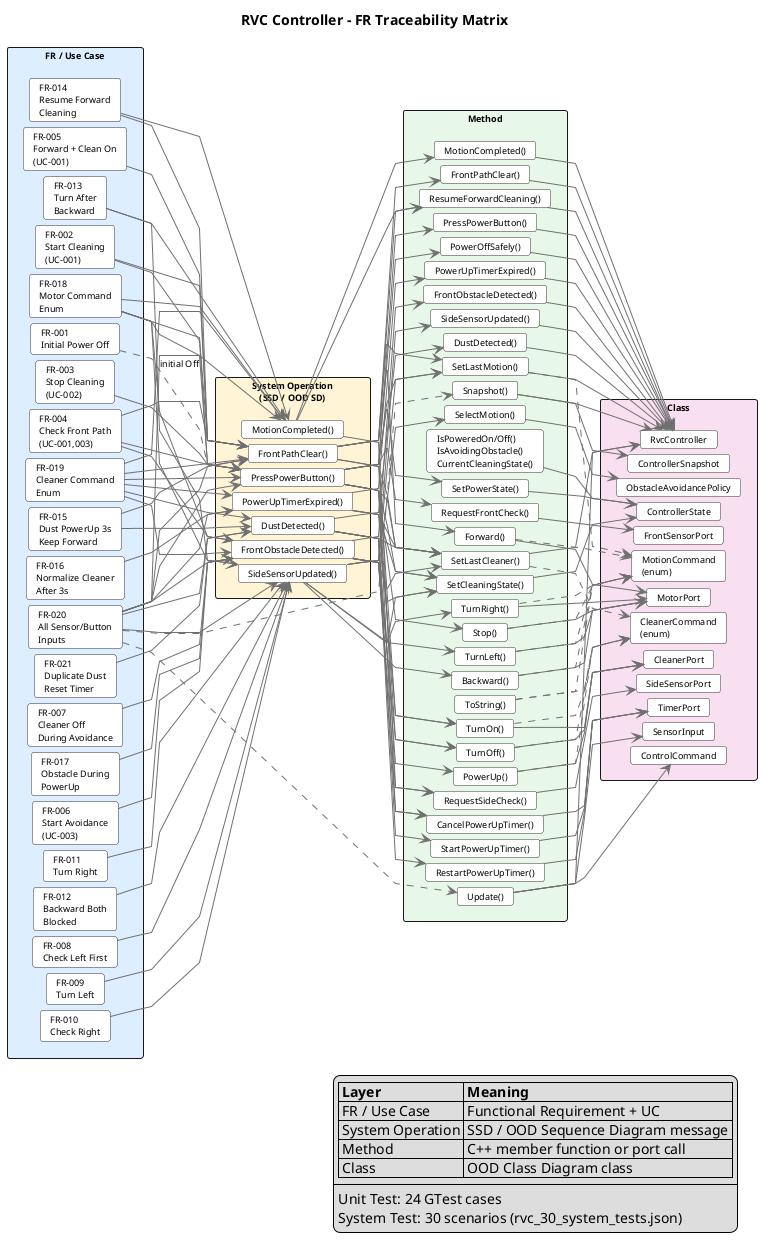
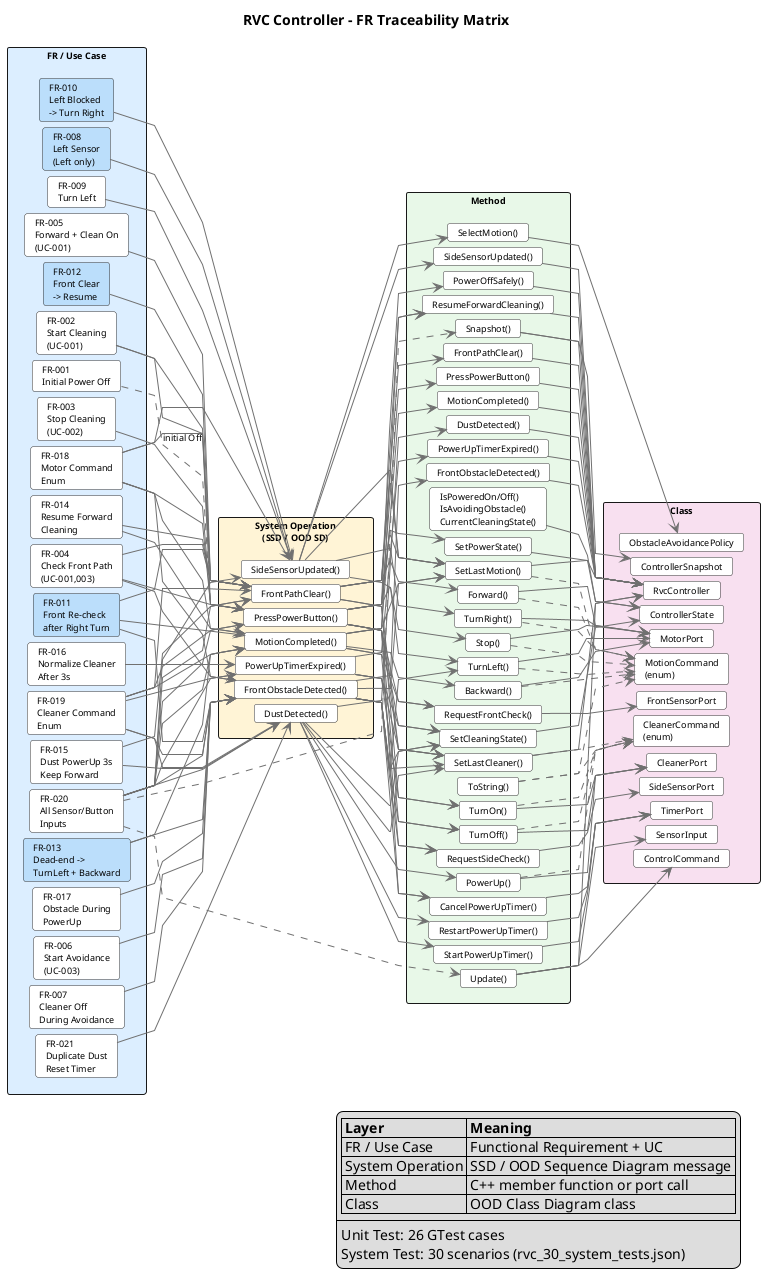
@startuml FR_Traceability_Matrix
' RVC Controller - FR Traceability Matrix
' Layout: FR/Use Case -> System Operation (SSD/OOD SD) -> Method -> Class
' Render: plantuml docs/reports/fr-traceability-matrix.puml

title RVC Controller - FR Traceability Matrix

skinparam shadowing false
skinparam linetype polyline
skinparam nodesep 6
skinparam ranksep 10
skinparam defaultFontSize 9
skinparam ArrowColor #707070
skinparam ArrowThickness 1
skinparam packageStyle rectangle
skinparam card {
  BackgroundColor white
  BorderColor #333333
  FontSize 9
}

left to right direction

' =============================================================================
' COLUMN 1 : FR / Essential Use Case
' =============================================================================
package "FR / Use Case" as COL_FR #DCEEFF {

  card "FR-001\nInitial Power Off" as FR001
  card "FR-002\nStart Cleaning\n(UC-001)" as FR002
  card "FR-003\nStop Cleaning\n(UC-002)" as FR003
  card "FR-004\nCheck Front Path\n(UC-001,003)" as FR004
  card "FR-005\nForward + Clean On\n(UC-001)" as FR005
  card "FR-006\nStart Avoidance\n(UC-003)" as FR006
  card "FR-007\nCleaner Off\nDuring Avoidance" as FR007
-   card "FR-008\nCheck Left First" as FR008
+   ' [CHG-001/Option C] FR-008~013 labels updated for the 2-sensor avoidance flow
+   card "FR-008\nLeft Sensor\n(Left only)" as FR008 #BBDEFB
  card "FR-009\nTurn Left" as FR009
-   card "FR-010\nCheck Right" as FR010
-   card "FR-011\nTurn Right" as FR011
-   card "FR-012\nBackward Both\nBlocked" as FR012
-   card "FR-013\nTurn After\nBackward" as FR013
+   card "FR-010\nLeft Blocked\n-> Turn Right" as FR010 #BBDEFB
+   card "FR-011\nFront Re-check\nafter Right Turn" as FR011 #BBDEFB
+   card "FR-012\nFront Clear\n-> Resume" as FR012 #BBDEFB
+   card "FR-013\nDead-end ->\nTurnLeft + Backward" as FR013 #BBDEFB
  card "FR-014\nResume Forward\nCleaning" as FR014
  card "FR-015\nDust PowerUp 3s\nKeep Forward" as FR015
  card "FR-016\nNormalize Cleaner\nAfter 3s" as FR016
  card "FR-017\nObstacle During\nPowerUp" as FR017
  card "FR-021\nDuplicate Dust\nReset Timer" as FR021
  card "FR-018\nMotor Command\nEnum" as FR018
  card "FR-019\nCleaner Command\nEnum" as FR019
  card "FR-020\nAll Sensor/Button\nInputs" as FR020
}

' =============================================================================
' COLUMN 2 : System Operation (Sequence Diagram boundary)
' =============================================================================
package "System Operation\n(SSD / OOD SD)" as COL_OP #FFF4D6 {

  card "PressPowerButton()" as OP_PPB
  card "FrontPathClear()" as OP_FPC
  card "FrontObstacleDetected()" as OP_FOD
  card "SideSensorUpdated()" as OP_SSU
  card "MotionCompleted()" as OP_MC
  card "DustDetected()" as OP_DD
  card "PowerUpTimerExpired()" as OP_PUT
}

' =============================================================================
' COLUMN 3 : Method (implementation)
' =============================================================================
package "Method" as COL_M #E8F8E8 {

  card "PressPowerButton()" as M_PPB
  card "PowerOffSafely()" as M_POFS
  card "FrontPathClear()" as M_FPC
  card "ResumeForwardCleaning()" as M_RFC
  card "FrontObstacleDetected()" as M_FOD
  card "SideSensorUpdated()" as M_SSU
  card "SelectMotion()" as M_SM
  card "MotionCompleted()" as M_MC
  card "DustDetected()" as M_DD
  card "PowerUpTimerExpired()" as M_PUT
  card "SetLastMotion()" as M_SLM
  card "SetLastCleaner()" as M_SLC
  card "SetPowerState()" as M_SPS
  card "SetCleaningState()" as M_SCS
  card "IsPoweredOn/Off()\nIsAvoidingObstacle()\nCurrentCleaningState()" as M_STATEQ
  card "Forward()" as M_FWD
  card "Backward()" as M_BWD
  card "TurnLeft()" as M_TL
  card "TurnRight()" as M_TR
  card "Stop()" as M_STOP
  card "TurnOn()" as M_TON
  card "TurnOff()" as M_TOFF
  card "PowerUp()" as M_PUP
  card "StartPowerUpTimer()" as M_STIMER
  card "RestartPowerUpTimer()" as M_RTIMER
  card "CancelPowerUpTimer()" as M_CTIMER
  card "RequestFrontCheck()" as M_RFCHECK
  card "RequestSideCheck()" as M_RSCHECK
  card "Update()" as M_UPD
  card "Snapshot()" as M_SNAP
  card "ToString()" as M_TOSTR
}

' =============================================================================
' COLUMN 4 : Class
' =============================================================================
package "Class" as COL_C #F8E0F0 {

  card "RvcController" as C_RC
  card "ControllerState" as C_CS
  card "ObstacleAvoidancePolicy" as C_OAP
  card "MotorPort" as C_MP
  card "CleanerPort" as C_CP
  card "TimerPort" as C_TP
  card "FrontSensorPort" as C_FSP
  card "SideSensorPort" as C_SSP
  card "SensorInput" as C_SI
  card "ControlCommand" as C_CC
  card "ControllerSnapshot" as C_CSNAP
  card "MotionCommand\n(enum)" as C_MCMD
  card "CleanerCommand\n(enum)" as C_CCMD
}

' =============================================================================
' LINKS : FR -> System Operation
' =============================================================================
FR001 ..> OP_PPB : initial Off

FR002 --> OP_PPB
FR002 --> OP_FPC

FR003 --> OP_PPB

FR004 --> OP_PPB
FR004 --> OP_FPC
FR004 --> OP_FOD

FR005 --> OP_FPC

FR006 --> OP_FOD
FR007 --> OP_FOD

+ ' [CHG-001/Option C] FR-008~013 -> operation mapping for the 2-sensor flow
FR008 --> OP_SSU
FR009 --> OP_SSU
FR010 --> OP_SSU
- FR011 --> OP_SSU
- 
- FR012 --> OP_SSU
- FR013 --> OP_SSU
+ FR011 --> OP_MC
+ FR011 --> OP_FOD
+ FR011 --> OP_FPC
+ 
+ FR012 --> OP_FPC
+ FR013 --> OP_FOD
FR013 --> OP_MC

FR014 --> OP_MC
FR014 --> OP_FPC

FR015 --> OP_DD
FR015 --> OP_FPC

FR016 --> OP_PUT

FR017 --> OP_FOD

FR021 --> OP_DD

FR018 --> OP_PPB
FR018 --> OP_FPC
FR018 --> OP_FOD
FR018 --> OP_SSU
FR018 --> OP_MC

FR019 --> OP_PPB
FR019 --> OP_FOD
FR019 --> OP_DD
FR019 --> OP_PUT
FR019 --> OP_FPC
FR019 --> OP_MC

FR020 --> OP_PPB
FR020 --> OP_FPC
FR020 --> OP_FOD
FR020 --> OP_SSU
FR020 --> OP_MC
FR020 --> OP_DD
FR020 --> OP_PUT

' =============================================================================
' LINKS : System Operation -> Method
' =============================================================================
OP_PPB --> M_PPB
OP_PPB --> M_POFS
OP_PPB --> M_SPS
OP_PPB --> M_SCS
OP_PPB --> M_RFCHECK
OP_PPB --> M_CTIMER
OP_PPB --> M_STOP
OP_PPB --> M_TOFF
OP_PPB --> M_SLM
OP_PPB --> M_SLC

OP_FPC --> M_FPC
OP_FPC --> M_RFC
OP_FPC --> M_FWD
OP_FPC --> M_TON
OP_FPC --> M_SLM
OP_FPC --> M_SLC

OP_FOD --> M_FOD
OP_FOD --> M_CTIMER
OP_FOD --> M_TOFF
OP_FOD --> M_SLC
OP_FOD --> M_SCS
OP_FOD --> M_RSCHECK
+ ' [CHG-001/Option C] dead-end: FrontObstacleDetected issues the recovery TurnLeft
+ OP_FOD --> M_TL
+ OP_FOD --> M_SLM

OP_SSU --> M_SSU
OP_SSU --> M_SM
OP_SSU --> M_TL
OP_SSU --> M_TR
- OP_SSU --> M_BWD
OP_SSU --> M_SLM

+ ' [CHG-001/Option C] MotionCompleted handles front re-check, recovery backward, resume
OP_MC --> M_MC
OP_MC --> M_RFC
OP_MC --> M_RSCHECK
+ OP_MC --> M_RFCHECK
+ OP_MC --> M_BWD
+ OP_MC --> M_SLM

OP_DD --> M_DD
OP_DD --> M_PUP
OP_DD --> M_STIMER
OP_DD --> M_RTIMER
OP_DD --> M_SLC
OP_DD --> M_SCS

OP_PUT --> M_PUT
OP_PUT --> M_TON
OP_PUT --> M_SLC
OP_PUT --> M_SCS

' FR-020 compatibility path
FR020 ..> M_UPD
FR020 ..> M_SNAP

' =============================================================================
' LINKS : Method -> Class
' =============================================================================
M_PPB --> C_RC
M_POFS --> C_RC
M_FPC --> C_RC
M_RFC --> C_RC
M_FOD --> C_RC
M_SSU --> C_RC
M_MC --> C_RC
M_DD --> C_RC
M_PUT --> C_RC
M_SLM --> C_RC
M_SLC --> C_RC
M_UPD --> C_RC
M_SNAP --> C_RC

M_SPS --> C_CS
M_SCS --> C_CS
M_STATEQ --> C_CS

M_SM --> C_OAP

M_FWD --> C_MP
M_BWD --> C_MP
M_TL --> C_MP
M_TR --> C_MP
M_STOP --> C_MP

M_TON --> C_CP
M_TOFF --> C_CP
M_PUP --> C_CP

M_STIMER --> C_TP
M_RTIMER --> C_TP
M_CTIMER --> C_TP

M_RFCHECK --> C_FSP
M_RSCHECK --> C_SSP

M_UPD --> C_SI
M_UPD --> C_CC
M_SNAP --> C_CSNAP

M_FWD ..> C_MCMD
M_BWD ..> C_MCMD
M_TL ..> C_MCMD
M_TR ..> C_MCMD
M_STOP ..> C_MCMD
M_TON ..> C_CCMD
M_TOFF ..> C_CCMD
M_PUP ..> C_CCMD
M_SLM ..> C_MCMD
M_SLC ..> C_CCMD
M_TOSTR ..> C_MCMD
M_TOSTR ..> C_CCMD

legend right
  |= Layer |= Meaning |
  | FR / Use Case | Functional Requirement + UC |
  | System Operation | SSD / OOD Sequence Diagram message |
  | Method | C++ member function or port call |
  | Class | OOD Class Diagram class |
  ----
-   Unit Test: 24 GTest cases
+   Unit Test: 26 GTest cases
  System Test: 30 scenarios (rvc_30_system_tests.json)
endlegend

@enduml
